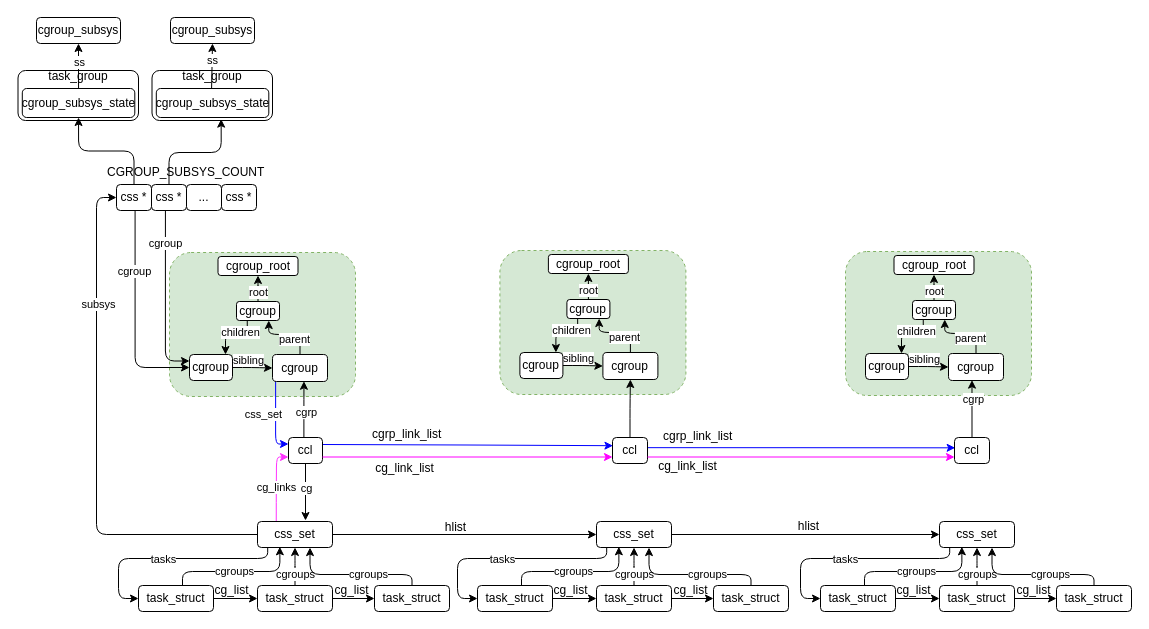
Earlier version of the draw.io diagram cgroup.drawio (jasonactions/graph). Source tidied: cells renumbered, new cells numbered last; positions are measured from the earlier drawing's top-left corner, leaving out a move shared by most shapes. Both pictures are drawn from the tidied source at 100%, with x=0, y=0 at pixel (17, 17).
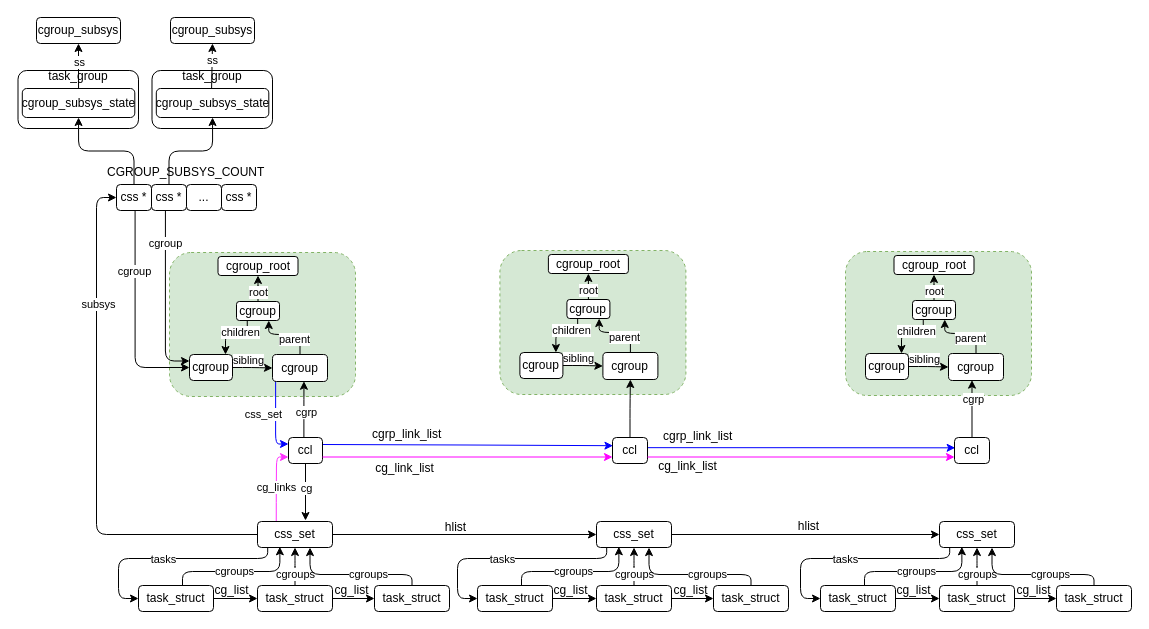
The same diagram, later.

The change refers to these unchanged cells:
```xml
<mxCell id="31" value="css *" style="rounded=1;whiteSpace=wrap;html=1;" parent="1" vertex="1">
  <mxGeometry x="134" y="167" width="35" height="26" as="geometry" />
</mxCell>
<mxCell id="81" value="cgroup_subsys_state" style="rounded=1;whiteSpace=wrap;html=1;" parent="1" vertex="1">
  <mxGeometry x="138.8" y="71" width="112.5" height="29" as="geometry" />
</mxCell>
```

The edit, as a diff of the source:
```diff
@@
     <mxCell id="2" style="rounded=1;whiteSpace=wrap;html=1;" parent="1" vertex="1">
-      <mxGeometry x="0.5" y="53" width="120.5" height="50" as="geometry" />
+      <mxGeometry x="0.5" y="53" width="120.5" height="58" as="geometry" />
     </mxCell>
@@
     <mxCell id="80" style="rounded=1;whiteSpace=wrap;html=1;" parent="1" vertex="1">
-      <mxGeometry x="134.5" y="53" width="120.5" height="50" as="geometry" />
+      <mxGeometry x="134.5" y="53" width="120.5" height="58" as="geometry" />
     </mxCell>
@@
-    <mxCell id="83" style="edgeStyle=orthogonalEdgeStyle;rounded=1;jettySize=auto;html=1;entryX=0.574;entryY=0.973;entryDx=0;entryDy=0;entryPerimeter=0;" parent="1" edge="1" source="31" target="80">
+    <mxCell id="83" style="edgeStyle=orthogonalEdgeStyle;rounded=1;jettySize=auto;html=1;entryX=0.5;entryY=1;entryDx=0;entryDy=0;" parent="1" edge="1" source="31" target="81">
       <mxGeometry relative="1" as="geometry" />
     </mxCell>
```
